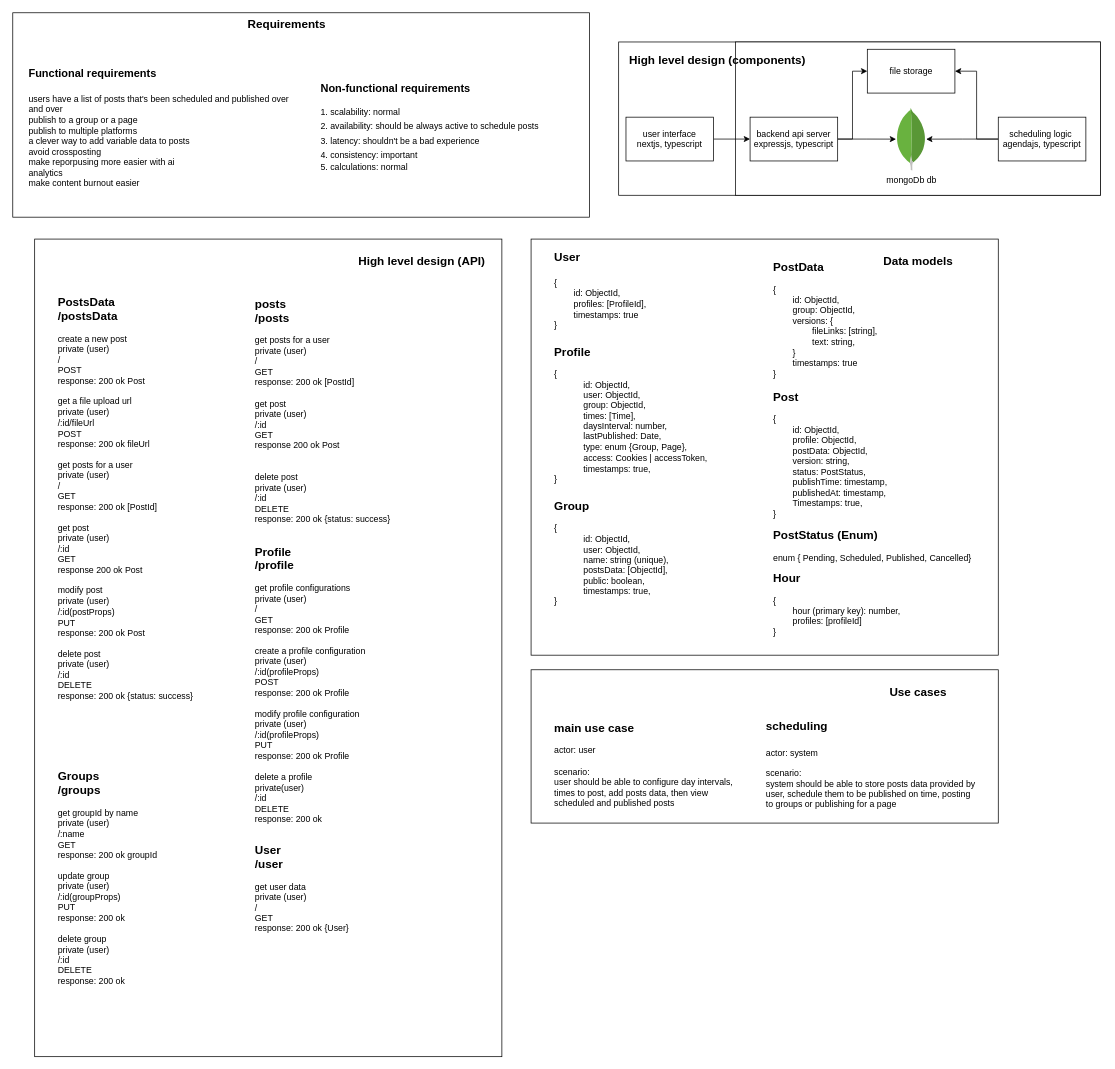
Earlier version of the draw.io diagram page "high-level" (1 of 4) of auto-post.drawio (ahmed-elbehairy7/pamylka-system-design). Source tidied: cells renumbered, new cells numbered last; positions are measured from the earlier drawing's top-left corner, leaving out a move shared by most shapes. Both pictures are drawn from the tidied source at 73%, with x=0, y=0 at pixel (12, 12).
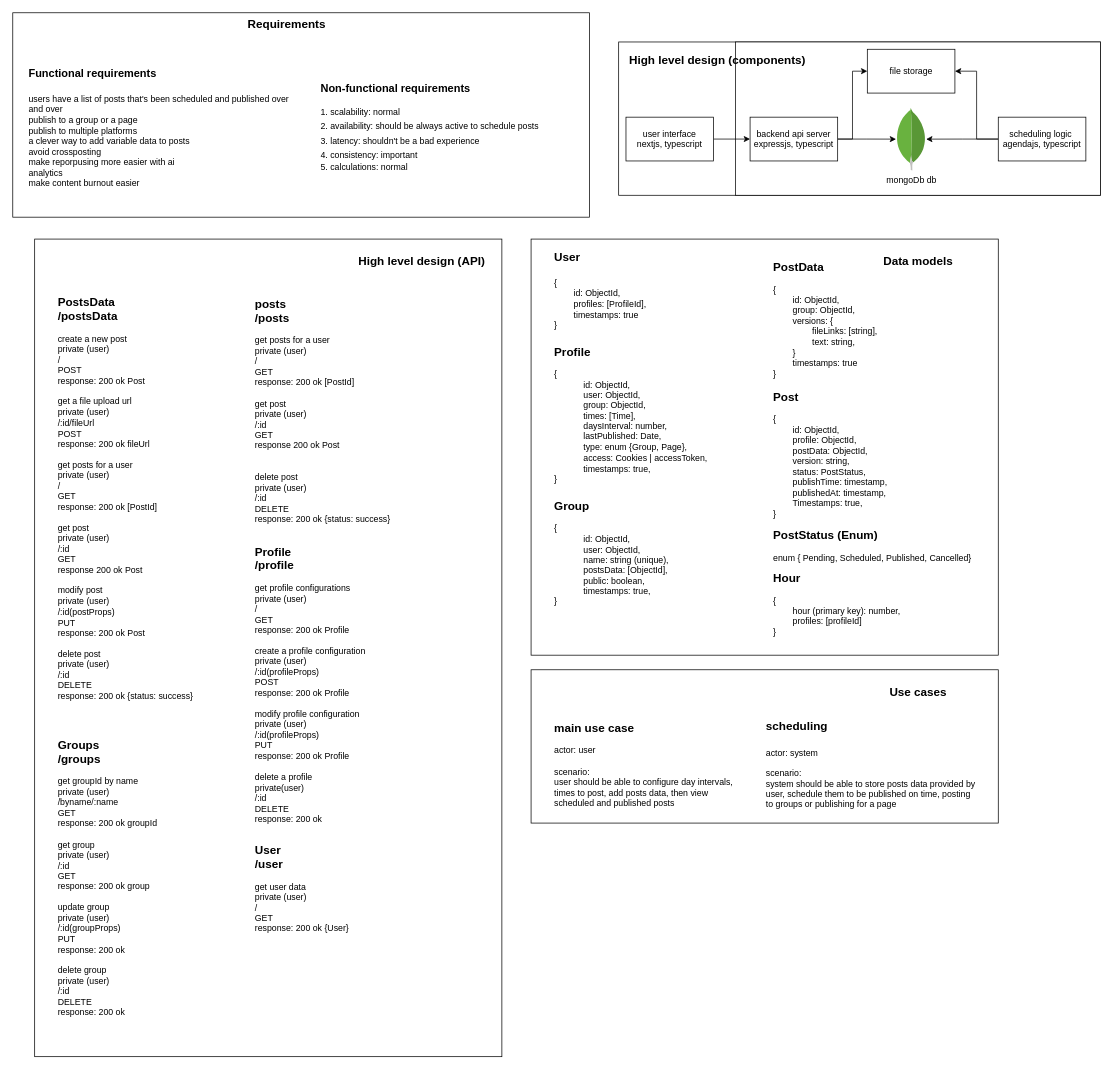
Above is the later version.

The change refers to these unchanged cells:
```xml
<mxCell id="16" style="group;" parent="1" vertex="1">
  <mxGeometry x="30" y="310" width="640" height="1120" as="geometry" />
</mxCell>
```

Diff of the diagram source:
```diff
@@
-    <mxCell id="23" value="&lt;div&gt;&lt;span style=&quot;font-size: 16px;&quot;&gt;&lt;b&gt;Groups&lt;/b&gt;&lt;/span&gt;&lt;/div&gt;&lt;div&gt;&lt;b style=&quot;background-color: transparent; color: light-dark(rgb(0, 0, 0), rgb(255, 255, 255)); font-size: 16px;&quot;&gt;/groups&lt;/b&gt;&lt;/div&gt;&lt;div&gt;&lt;br&gt;&lt;/div&gt;&lt;div&gt;&lt;span style=&quot;background-color: transparent; color: light-dark(rgb(0, 0, 0), rgb(255, 255, 255));&quot;&gt;get groupId by name&lt;/span&gt;&lt;/div&gt;&lt;div&gt;&lt;span style=&quot;background-color: transparent; color: light-dark(rgb(0, 0, 0), rgb(255, 255, 255));&quot;&gt;private (user)&lt;/span&gt;&lt;/div&gt;&lt;div&gt;/:name&lt;/div&gt;&lt;div&gt;GET&lt;/div&gt;&lt;div&gt;response: 200 ok groupId&lt;/div&gt;&lt;div&gt;&lt;br&gt;&lt;/div&gt;&lt;div&gt;update group&lt;/div&gt;&lt;div&gt;private (user)&lt;/div&gt;&lt;div&gt;/:id(groupProps)&lt;/div&gt;&lt;div&gt;PUT&lt;/div&gt;&lt;div&gt;response: 200 ok&lt;/div&gt;&lt;div&gt;&lt;br&gt;&lt;/div&gt;&lt;div&gt;delete group&lt;/div&gt;&lt;div&gt;private (user)&lt;/div&gt;&lt;div&gt;/:id&lt;/div&gt;&lt;div&gt;DELETE&lt;/div&gt;&lt;div&gt;response: 200 ok&lt;/div&gt;" style="text;html=1;align=left;verticalAlign=middle;strokeColor=none;fillColor=none;" parent="16" vertex="1">
-      <mxGeometry x="30" y="720" width="160" height="310" as="geometry" />
+    <mxCell id="23" value="&lt;div&gt;&lt;span style=&quot;font-size: 16px;&quot;&gt;&lt;b&gt;Groups&lt;/b&gt;&lt;/span&gt;&lt;/div&gt;&lt;div&gt;&lt;b style=&quot;background-color: transparent; color: light-dark(rgb(0, 0, 0), rgb(255, 255, 255)); font-size: 16px;&quot;&gt;/groups&lt;/b&gt;&lt;/div&gt;&lt;div&gt;&lt;br&gt;&lt;/div&gt;&lt;div&gt;&lt;span style=&quot;background-color: transparent; color: light-dark(rgb(0, 0, 0), rgb(255, 255, 255));&quot;&gt;get groupId by name&lt;/span&gt;&lt;/div&gt;&lt;div&gt;&lt;span style=&quot;background-color: transparent; color: light-dark(rgb(0, 0, 0), rgb(255, 255, 255));&quot;&gt;private (user)&lt;/span&gt;&lt;/div&gt;&lt;div&gt;/byname/:name&lt;/div&gt;&lt;div&gt;GET&lt;/div&gt;&lt;div&gt;response: 200 ok groupId&lt;/div&gt;&lt;div&gt;&lt;br&gt;&lt;/div&gt;&lt;div&gt;&lt;div&gt;&lt;span style=&quot;background-color: transparent; color: light-dark(rgb(0, 0, 0), rgb(255, 255, 255));&quot;&gt;get group&lt;/span&gt;&lt;/div&gt;&lt;div&gt;&lt;span style=&quot;background-color: transparent; color: light-dark(rgb(0, 0, 0), rgb(255, 255, 255));&quot;&gt;private (user)&lt;/span&gt;&lt;/div&gt;&lt;div&gt;/:id&lt;/div&gt;&lt;div&gt;GET&lt;/div&gt;&lt;div&gt;response: 200 ok group&lt;/div&gt;&lt;div&gt;&lt;br&gt;&lt;/div&gt;&lt;/div&gt;&lt;div&gt;update group&lt;/div&gt;&lt;div&gt;private (user)&lt;/div&gt;&lt;div&gt;/:id(groupProps)&lt;/div&gt;&lt;div&gt;PUT&lt;/div&gt;&lt;div&gt;response: 200 ok&lt;/div&gt;&lt;div&gt;&lt;br&gt;&lt;/div&gt;&lt;div&gt;delete group&lt;/div&gt;&lt;div&gt;private (user)&lt;/div&gt;&lt;div&gt;/:id&lt;/div&gt;&lt;div&gt;DELETE&lt;/div&gt;&lt;div&gt;response: 200 ok&lt;/div&gt;" style="text;html=1;align=left;verticalAlign=middle;strokeColor=none;fillColor=none;" parent="16" vertex="1">
+      <mxGeometry x="30" y="675" width="160" height="400" as="geometry" />
     </mxCell>
```
